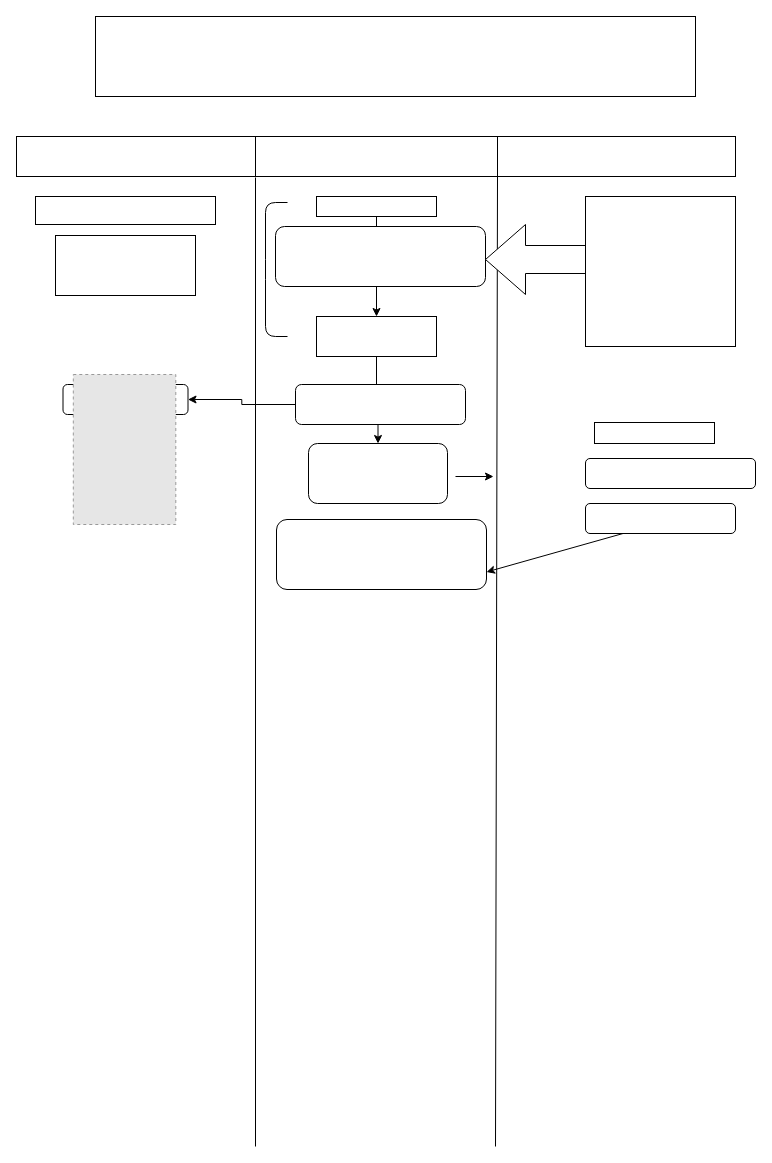
Above: Diagramme sans nom.drawio in Ngouabira/valdy-ngouabira-portfolio (draw.io), before the change. Source tidied: cells renumbered, new cells numbered last; positions are measured from the earlier drawing's top-left corner, leaving out a move shared by most shapes. Both pictures are drawn from the tidied source at 100%, with x=0, y=0 at pixel (16, 16). Pictures stored in the file or linked from it are replaced by grey dashed boxes.
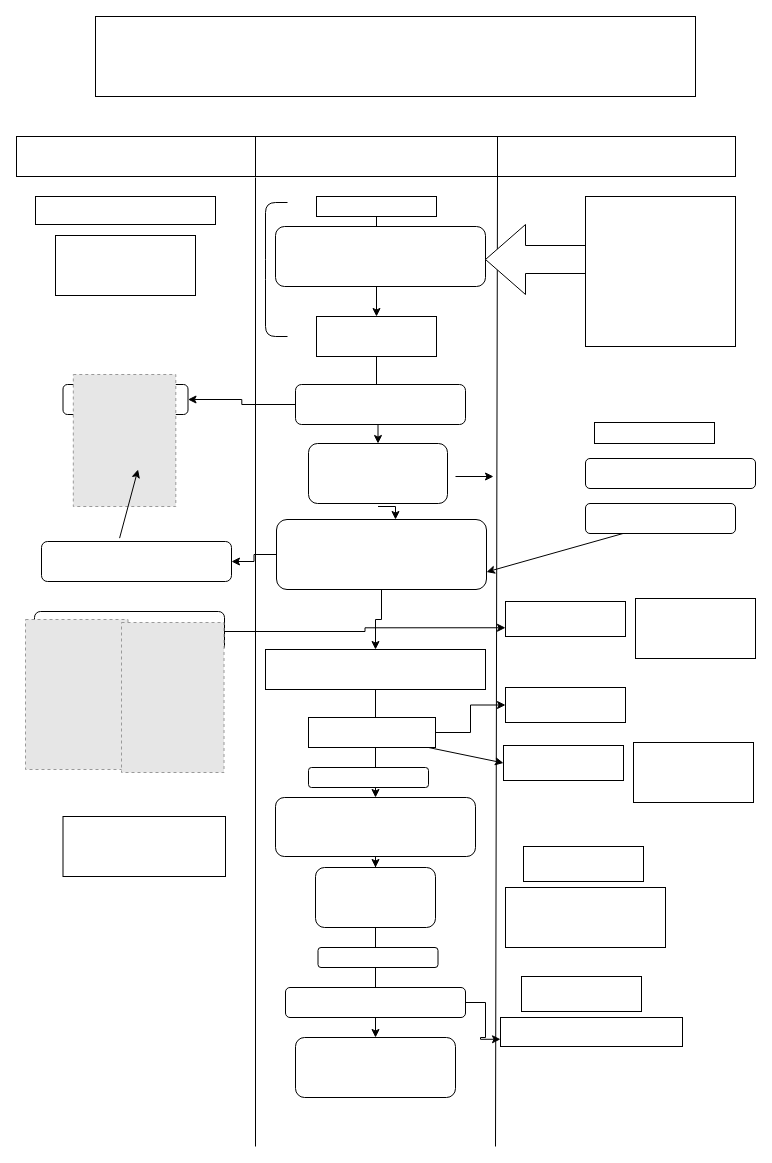
Above is the later version.

Commit message:
Mettre à jour Diagramme sans nom.drawio

The change refers to these unchanged cells:
```xml
<mxCell id="21" style="rounded=1;whiteSpace=wrap;html=1;" parent="1" vertex="1">
  <mxGeometry x="260" y="503" width="210" height="70" as="geometry" />
</mxCell>
```

The edit, as a diff of the source:
```diff
@@
+    <mxCell id="29" style="edgeStyle=orthogonalEdgeStyle;rounded=0;orthogonalLoop=1;jettySize=auto;html=1;" parent="1" edge="1">
+      <mxGeometry relative="1" as="geometry">
+        <mxPoint x="361.5" y="490" as="sourcePoint" />
+        <mxPoint x="379" y="503" as="targetPoint" />
+      </mxGeometry>
+    </mxCell>
@@
+    <mxCell id="30" style="edgeStyle=orthogonalEdgeStyle;rounded=0;jettySize=auto;html=1;" parent="1" edge="1" source="21" target="32">
+      <mxGeometry relative="1" as="geometry" />
+    </mxCell>
+    <mxCell id="31" style="edgeStyle=orthogonalEdgeStyle;rounded=0;jettySize=auto;html=1;entryX=0.5;entryY=0;entryDx=0;entryDy=0;" parent="1" edge="1" source="21" target="38">
+      <mxGeometry relative="1" as="geometry" />
+    </mxCell>
@@
     <mxCell id="28" style="fillColor=#E6E6E6;strokeColor=#999999;dashed=1;verticalLabelPosition=bottom;verticalAlign=top;" parent="1" vertex="1">
-      <mxGeometry x="56.8" y="358" width="102.5" height="150" as="geometry" />
+      <mxGeometry x="56.8" y="358" width="102.5" height="132" as="geometry" />
     </mxCell>
+    <mxCell id="32" style="rounded=1;whiteSpace=wrap;html=1;" parent="1" vertex="1">
+      <mxGeometry x="25" y="525" width="190" height="40" as="geometry" />
+    </mxCell>
+    <mxCell id="33" style="edgeStyle=orthogonalEdgeStyle;rounded=0;jettySize=auto;html=1;entryX=0;entryY=0.75;entryDx=0;entryDy=0;" parent="1" edge="1" source="34" target="50">
+      <mxGeometry relative="1" as="geometry" />
+    </mxCell>
+    <mxCell id="34" style="rounded=1;whiteSpace=wrap;html=1;" parent="1" vertex="1">
+      <mxGeometry x="18" y="595" width="190" height="40" as="geometry" />
+    </mxCell>
+    <mxCell id="35" style="fillColor=#E6E6E6;strokeColor=#999999;dashed=1;verticalLabelPosition=bottom;verticalAlign=top;" parent="1" vertex="1">
+      <mxGeometry x="9" y="603" width="102.5" height="150" as="geometry" />
+    </mxCell>
+    <mxCell id="36" style="fillColor=#E6E6E6;strokeColor=#999999;dashed=1;verticalLabelPosition=bottom;verticalAlign=top;" parent="1" vertex="1">
+      <mxGeometry x="105" y="606" width="102.5" height="150" as="geometry" />
+    </mxCell>
+    <mxCell id="37" style="edgeStyle=orthogonalEdgeStyle;rounded=0;jettySize=auto;html=1;" parent="1" edge="1" source="38" target="43">
+      <mxGeometry relative="1" as="geometry" />
+    </mxCell>
+    <mxCell id="38" style="rounded=0;whiteSpace=wrap;html=1;" parent="1" vertex="1">
+      <mxGeometry x="249" y="633" width="220" height="40" as="geometry" />
+    </mxCell>
+    <mxCell id="39" style="edgeStyle=orthogonalEdgeStyle;rounded=0;jettySize=auto;html=1;" parent="1" edge="1" source="40" target="52">
+      <mxGeometry relative="1" as="geometry" />
+    </mxCell>
+    <mxCell id="40" style="rounded=0;whiteSpace=wrap;html=1;" parent="1" vertex="1">
+      <mxGeometry x="292" y="701" width="127" height="30" as="geometry" />
+    </mxCell>
+    <mxCell id="41" style="rounded=1;whiteSpace=wrap;html=1;" parent="1" vertex="1">
+      <mxGeometry x="292" y="751" width="120" height="20" as="geometry" />
+    </mxCell>
+    <mxCell id="42" style="edgeStyle=orthogonalEdgeStyle;rounded=0;jettySize=auto;html=1;entryX=0.5;entryY=0;entryDx=0;entryDy=0;" parent="1" edge="1" source="43" target="45">
+      <mxGeometry relative="1" as="geometry" />
+    </mxCell>
+    <mxCell id="43" style="rounded=1;whiteSpace=wrap;html=1;" parent="1" vertex="1">
+      <mxGeometry x="259" y="781" width="200" height="59" as="geometry" />
+    </mxCell>
+    <mxCell id="44" style="edgeStyle=orthogonalEdgeStyle;rounded=0;jettySize=auto;html=1;entryX=0.5;entryY=0;entryDx=0;entryDy=0;" parent="1" edge="1" source="45" target="49">
+      <mxGeometry relative="1" as="geometry" />
+    </mxCell>
+    <mxCell id="45" style="rounded=1;whiteSpace=wrap;html=1;" parent="1" vertex="1">
+      <mxGeometry x="299" y="851" width="120" height="60" as="geometry" />
+    </mxCell>
+    <mxCell id="46" style="rounded=1;whiteSpace=wrap;html=1;" parent="1" vertex="1">
+      <mxGeometry x="301.5" y="931" width="120" height="20" as="geometry" />
+    </mxCell>
+    <mxCell id="47" style="edgeStyle=orthogonalEdgeStyle;rounded=0;jettySize=auto;html=1;entryX=0;entryY=0.75;entryDx=0;entryDy=0;" parent="1" edge="1" source="48" target="58">
+      <mxGeometry relative="1" as="geometry" />
+    </mxCell>
+    <mxCell id="48" style="rounded=1;whiteSpace=wrap;html=1;" parent="1" vertex="1">
+      <mxGeometry x="269" y="971" width="180" height="30" as="geometry" />
+    </mxCell>
+    <mxCell id="49" style="rounded=1;whiteSpace=wrap;html=1;" parent="1" vertex="1">
+      <mxGeometry x="279" y="1021" width="160" height="60" as="geometry" />
+    </mxCell>
+    <mxCell id="50" style="rounded=0;whiteSpace=wrap;html=1;" parent="1" vertex="1">
+      <mxGeometry x="489" y="585" width="120" height="35" as="geometry" />
+    </mxCell>
+    <mxCell id="51" style="rounded=0;whiteSpace=wrap;html=1;" parent="1" vertex="1">
+      <mxGeometry x="619" y="582" width="120" height="60" as="geometry" />
+    </mxCell>
+    <mxCell id="52" style="rounded=0;whiteSpace=wrap;html=1;" parent="1" vertex="1">
+      <mxGeometry x="489" y="671" width="120" height="35" as="geometry" />
+    </mxCell>
+    <mxCell id="53" style="rounded=0;whiteSpace=wrap;html=1;" parent="1" vertex="1">
+      <mxGeometry x="487" y="729" width="120" height="35" as="geometry" />
+    </mxCell>
+    <mxCell id="54" style="rounded=0;whiteSpace=wrap;html=1;" parent="1" vertex="1">
+      <mxGeometry x="617" y="726" width="120" height="60" as="geometry" />
+    </mxCell>
+    <mxCell id="55" style="rounded=0;whiteSpace=wrap;html=1;" parent="1" vertex="1">
+      <mxGeometry x="507" y="830" width="120" height="35" as="geometry" />
+    </mxCell>
+    <mxCell id="56" style="rounded=0;whiteSpace=wrap;html=1;" parent="1" vertex="1">
+      <mxGeometry x="489" y="871" width="160" height="60" as="geometry" />
+    </mxCell>
+    <mxCell id="57" style="rounded=0;whiteSpace=wrap;html=1;" parent="1" vertex="1">
+      <mxGeometry x="505" y="960" width="120" height="35" as="geometry" />
+    </mxCell>
+    <mxCell id="58" style="rounded=0;whiteSpace=wrap;html=1;" parent="1" vertex="1">
+      <mxGeometry x="484" y="1001" width="182" height="29" as="geometry" />
+    </mxCell>
+    <mxCell id="59" style="rounded=0;whiteSpace=wrap;html=1;" parent="1" vertex="1">
+      <mxGeometry x="46.5" y="800" width="162.5" height="60" as="geometry" />
+    </mxCell>
+    <mxCell id="60" style="endArrow=classic;html=1;rounded=0;exitX=0.411;exitY=-0.084;exitDx=0;exitDy=0;exitPerimeter=0;" parent="1" edge="1" source="32">
+      <mxGeometry relative="1" as="geometry">
+        <mxPoint x="121.5" y="453" as="targetPoint" />
+      </mxGeometry>
+    </mxCell>
+    <mxCell id="61" style="endArrow=classic;html=1;rounded=0;entryX=0;entryY=0.5;entryDx=0;entryDy=0;" parent="1" edge="1" target="53">
+      <mxGeometry relative="1" as="geometry">
+        <mxPoint x="412" y="731" as="sourcePoint" />
+      </mxGeometry>
+    </mxCell>
```
